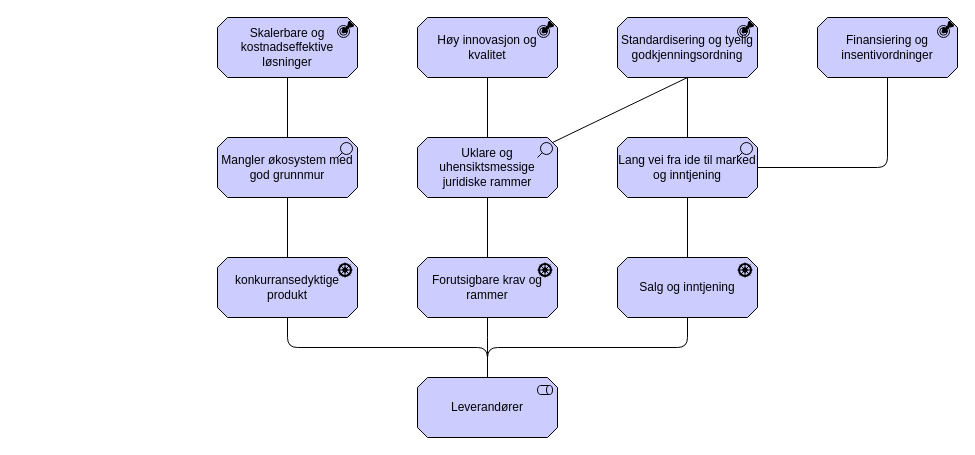
The draw.io diagram page "markedet-concern" (4 of 6) of docs/interessent/motivasjon-interessent.drawio in hdir/Digital-Forstelinje, before the edit. Source tidied: cells renumbered, new cells numbered last; positions are measured from the earlier drawing's top-left corner, leaving out a move shared by most shapes. Both pictures are drawn from the tidied source at 100%, with x=0, y=0 at pixel (217, 17).
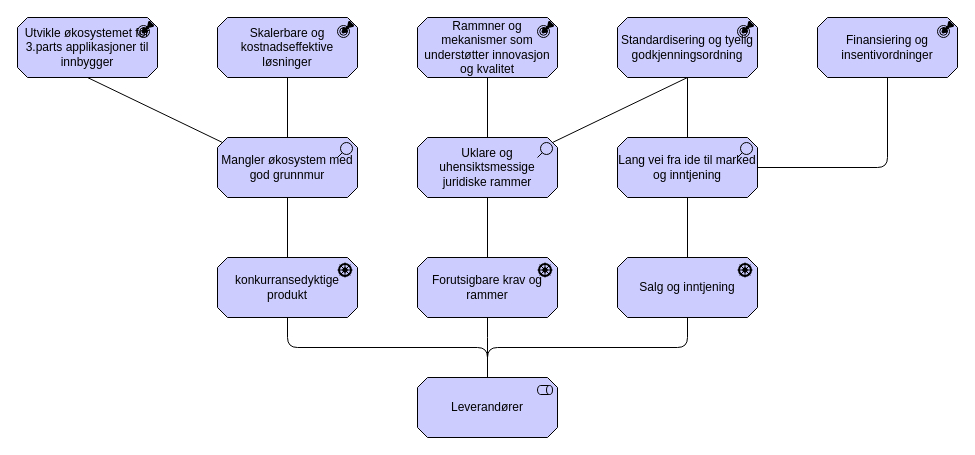
After the change.

Unchanged cells that the change refers to:
```xml
<mxCell id="8" value="Mangler økosystem med god grunnmur" style="html=1;outlineConnect=0;whiteSpace=wrap;fillColor=#CCCCFF;shape=mxgraph.archimate3.application;appType=assess;archiType=oct;" parent="1" vertex="1">
  <mxGeometry y="120" width="140" height="60" as="geometry" />
</mxCell>
```

Change to the diagram source:
```diff
@@
-    <mxCell id="5" value="Høy innovasjon og kvalitet" style="html=1;outlineConnect=0;whiteSpace=wrap;fillColor=#CCCCFF;shape=mxgraph.archimate3.application;appType=outcome;archiType=oct;" parent="1" vertex="1">
+    <mxCell id="5" value="Rammner og mekanismer som understøtter innovasjon og kvalitet" style="html=1;outlineConnect=0;whiteSpace=wrap;fillColor=#CCCCFF;shape=mxgraph.archimate3.application;appType=outcome;archiType=oct;" parent="1" vertex="1">
       <mxGeometry x="200" width="140" height="60" as="geometry" />
     </mxCell>
@@
+    <mxCell id="24" value="Utvikle økosystemet for 3.parts applikasjoner til innbygger" style="html=1;outlineConnect=0;whiteSpace=wrap;fillColor=#CCCCFF;shape=mxgraph.archimate3.application;appType=outcome;archiType=oct;" parent="1" vertex="1">
+      <mxGeometry x="-200" width="140" height="60" as="geometry" />
+    </mxCell>
+    <mxCell id="25" style="html=1;endArrow=none;elbow=vertical;exitX=0;exitY=0;exitDx=5;exitDy=5;exitPerimeter=0;entryX=0.5;entryY=1;entryDx=0;entryDy=0;entryPerimeter=0;" parent="1" edge="1" source="8" target="24">
+      <mxGeometry relative="1" as="geometry" />
+    </mxCell>
```
